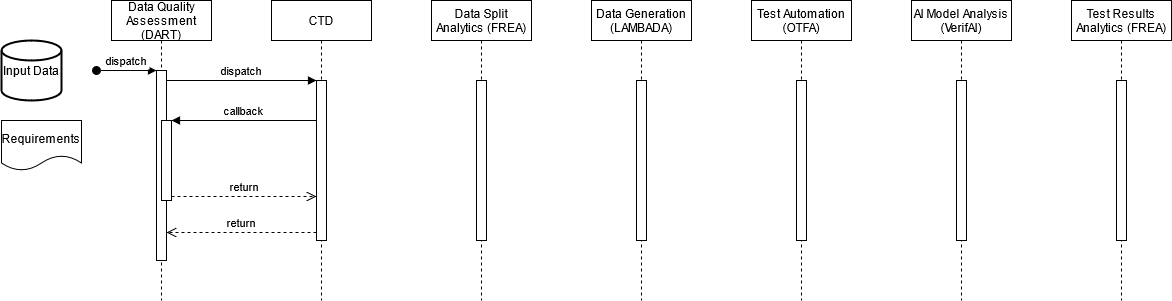
This is FACT Process Flow.png from ilanjaya/TestCOE, a draw.io export, as it was before one commit. Source tidied: cells renumbered, new cells last; positions are measured from the earlier drawing's top-left corner, leaving out a move shared by most shapes. Source of this version:
```xml
<mxGraphModel>
  <root>
    <mxCell id="0" />
    <mxCell id="1" parent="0" />
    <mxCell id="2" value="Data Quality &#10;Assessment &#10;(DART)" style="shape=umlLifeline;perimeter=lifelinePerimeter;rounded=0;shadow=0;strokeWidth=1;" parent="1" vertex="1">
      <mxGeometry x="110" width="100" height="300" as="geometry" />
    </mxCell>
    <mxCell id="3" style="points=[];perimeter=orthogonalPerimeter;rounded=0;shadow=0;strokeWidth=1;" parent="2" vertex="1">
      <mxGeometry x="45" y="70" width="10" height="190" as="geometry" />
    </mxCell>
    <mxCell id="4" value="dispatch" style="verticalAlign=bottom;startArrow=oval;endArrow=block;startSize=8;shadow=0;strokeWidth=1;" parent="2" edge="1" target="3">
      <mxGeometry relative="1" as="geometry">
        <mxPoint x="-15" y="70" as="sourcePoint" />
      </mxGeometry>
    </mxCell>
    <mxCell id="5" style="points=[];perimeter=orthogonalPerimeter;rounded=0;shadow=0;strokeWidth=1;" parent="2" vertex="1">
      <mxGeometry x="50" y="120" width="10" height="80" as="geometry" />
    </mxCell>
    <mxCell id="6" value="CTD" style="shape=umlLifeline;perimeter=lifelinePerimeter;rounded=0;shadow=0;strokeWidth=1;" parent="1" vertex="1">
      <mxGeometry x="270" width="100" height="300" as="geometry" />
    </mxCell>
    <mxCell id="7" style="points=[];perimeter=orthogonalPerimeter;rounded=0;shadow=0;strokeWidth=1;" parent="6" vertex="1">
      <mxGeometry x="45" y="80" width="10" height="160" as="geometry" />
    </mxCell>
    <mxCell id="8" value="return" style="verticalAlign=bottom;endArrow=open;dashed=1;endSize=8;exitX=0;exitY=0.95;shadow=0;strokeWidth=1;" parent="1" edge="1" source="7" target="3">
      <mxGeometry relative="1" as="geometry" />
    </mxCell>
    <mxCell id="9" value="dispatch" style="verticalAlign=bottom;endArrow=block;entryX=0;entryY=0;shadow=0;strokeWidth=1;" parent="1" edge="1" source="3" target="7">
      <mxGeometry relative="1" as="geometry" />
    </mxCell>
    <mxCell id="10" value="callback" style="verticalAlign=bottom;endArrow=block;entryX=1;entryY=0;shadow=0;strokeWidth=1;" parent="1" edge="1" source="7" target="5">
      <mxGeometry relative="1" as="geometry" />
    </mxCell>
    <mxCell id="11" value="return" style="verticalAlign=bottom;endArrow=open;dashed=1;endSize=8;exitX=1;exitY=0.95;shadow=0;strokeWidth=1;" parent="1" edge="1" source="5" target="7">
      <mxGeometry relative="1" as="geometry" />
    </mxCell>
    <mxCell id="12" value="Data Split &#10;Analytics (FREA)" style="shape=umlLifeline;perimeter=lifelinePerimeter;rounded=0;shadow=0;strokeWidth=1;" parent="1" vertex="1">
      <mxGeometry x="430" width="100" height="300" as="geometry" />
    </mxCell>
    <mxCell id="13" style="perimeter=orthogonalPerimeter;rounded=0;shadow=0;strokeWidth=1;" parent="12" vertex="1">
      <mxGeometry x="45" y="80" width="10" height="160" as="geometry" />
    </mxCell>
    <mxCell id="14" value="Data Generation&#10;(LAMBADA)" style="shape=umlLifeline;perimeter=lifelinePerimeter;rounded=0;shadow=0;strokeWidth=1;" parent="1" vertex="1">
      <mxGeometry x="590" width="100" height="300" as="geometry" />
    </mxCell>
    <mxCell id="15" style="perimeter=orthogonalPerimeter;rounded=0;shadow=0;strokeWidth=1;" parent="14" vertex="1">
      <mxGeometry x="45" y="80" width="10" height="160" as="geometry" />
    </mxCell>
    <mxCell id="16" value="Test Automation &#10;(OTFA)" style="shape=umlLifeline;perimeter=lifelinePerimeter;rounded=0;shadow=0;strokeWidth=1;" parent="1" vertex="1">
      <mxGeometry x="750" width="100" height="300" as="geometry" />
    </mxCell>
    <mxCell id="17" style="perimeter=orthogonalPerimeter;rounded=0;shadow=0;strokeWidth=1;" parent="16" vertex="1">
      <mxGeometry x="45" y="80" width="10" height="160" as="geometry" />
    </mxCell>
    <mxCell id="18" value="AI Model Analysis &#10;(VerifAI)" style="shape=umlLifeline;perimeter=lifelinePerimeter;rounded=0;shadow=0;strokeWidth=1;" parent="1" vertex="1">
      <mxGeometry x="910" width="100" height="300" as="geometry" />
    </mxCell>
    <mxCell id="19" style="perimeter=orthogonalPerimeter;rounded=0;shadow=0;strokeWidth=1;" parent="18" vertex="1">
      <mxGeometry x="45" y="80" width="10" height="160" as="geometry" />
    </mxCell>
    <mxCell id="20" value="Test Results &#10;Analytics (FREA)" style="shape=umlLifeline;perimeter=lifelinePerimeter;rounded=0;shadow=0;strokeWidth=1;" parent="1" vertex="1">
      <mxGeometry x="1070" width="100" height="300" as="geometry" />
    </mxCell>
    <mxCell id="21" style="perimeter=orthogonalPerimeter;rounded=0;shadow=0;strokeWidth=1;" parent="20" vertex="1">
      <mxGeometry x="45" y="80" width="10" height="160" as="geometry" />
    </mxCell>
    <mxCell id="22" value="Requirements" style="shape=document;whiteSpace=wrap;html=1;boundedLbl=1;" parent="1" vertex="1">
      <mxGeometry y="120" width="80" height="50" as="geometry" />
    </mxCell>
    <mxCell id="23" value="Input Data" style="strokeWidth=2;html=1;shape=mxgraph.flowchart.database;whiteSpace=wrap;" parent="1" vertex="1">
      <mxGeometry y="40" width="60" height="60" as="geometry" />
    </mxCell>
  </root>
</mxGraphModel>
```
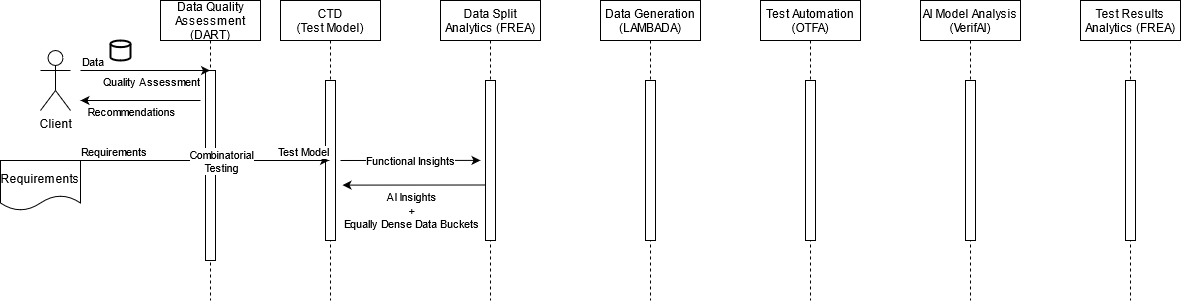
After the change.

The edit, as a diff of the source:
```diff
@@ -3,37 +3,17 @@
     <mxCell id="0" />
     <mxCell id="1" parent="0" />
     <mxCell id="2" value="Data Quality &#10;Assessment &#10;(DART)" style="shape=umlLifeline;perimeter=lifelinePerimeter;rounded=0;shadow=0;strokeWidth=1;" parent="1" vertex="1">
-      <mxGeometry x="110" width="100" height="300" as="geometry" />
+      <mxGeometry x="150" width="100" height="300" as="geometry" />
     </mxCell>
     <mxCell id="3" style="points=[];perimeter=orthogonalPerimeter;rounded=0;shadow=0;strokeWidth=1;" parent="2" vertex="1">
       <mxGeometry x="45" y="70" width="10" height="190" as="geometry" />
     </mxCell>
-    <mxCell id="4" value="dispatch" style="verticalAlign=bottom;startArrow=oval;endArrow=block;startSize=8;shadow=0;strokeWidth=1;" parent="2" edge="1" target="3">
-      <mxGeometry relative="1" as="geometry">
-        <mxPoint x="-15" y="70" as="sourcePoint" />
-      </mxGeometry>
-    </mxCell>
-    <mxCell id="5" style="points=[];perimeter=orthogonalPerimeter;rounded=0;shadow=0;strokeWidth=1;" parent="2" vertex="1">
-      <mxGeometry x="50" y="120" width="10" height="80" as="geometry" />
-    </mxCell>
-    <mxCell id="6" value="CTD" style="shape=umlLifeline;perimeter=lifelinePerimeter;rounded=0;shadow=0;strokeWidth=1;" parent="1" vertex="1">
+    <mxCell id="6" value="CTD&#10;(Test Model)" style="shape=umlLifeline;perimeter=lifelinePerimeter;rounded=0;shadow=0;strokeWidth=1;" parent="1" vertex="1">
       <mxGeometry x="270" width="100" height="300" as="geometry" />
     </mxCell>
     <mxCell id="7" style="points=[];perimeter=orthogonalPerimeter;rounded=0;shadow=0;strokeWidth=1;" parent="6" vertex="1">
       <mxGeometry x="45" y="80" width="10" height="160" as="geometry" />
     </mxCell>
-    <mxCell id="8" value="return" style="verticalAlign=bottom;endArrow=open;dashed=1;endSize=8;exitX=0;exitY=0.95;shadow=0;strokeWidth=1;" parent="1" edge="1" source="7" target="3">
-      <mxGeometry relative="1" as="geometry" />
-    </mxCell>
-    <mxCell id="9" value="dispatch" style="verticalAlign=bottom;endArrow=block;entryX=0;entryY=0;shadow=0;strokeWidth=1;" parent="1" edge="1" source="3" target="7">
-      <mxGeometry relative="1" as="geometry" />
-    </mxCell>
-    <mxCell id="10" value="callback" style="verticalAlign=bottom;endArrow=block;entryX=1;entryY=0;shadow=0;strokeWidth=1;" parent="1" edge="1" source="7" target="5">
-      <mxGeometry relative="1" as="geometry" />
-    </mxCell>
-    <mxCell id="11" value="return" style="verticalAlign=bottom;endArrow=open;dashed=1;endSize=8;exitX=1;exitY=0.95;shadow=0;strokeWidth=1;" parent="1" edge="1" source="5" target="7">
-      <mxGeometry relative="1" as="geometry" />
-    </mxCell>
     <mxCell id="12" value="Data Split &#10;Analytics (FREA)" style="shape=umlLifeline;perimeter=lifelinePerimeter;rounded=0;shadow=0;strokeWidth=1;" parent="1" vertex="1">
       <mxGeometry x="430" width="100" height="300" as="geometry" />
     </mxCell>
@@ -65,10 +45,76 @@
       <mxGeometry x="45" y="80" width="10" height="160" as="geometry" />
     </mxCell>
     <mxCell id="22" value="Requirements" style="shape=document;whiteSpace=wrap;html=1;boundedLbl=1;" parent="1" vertex="1">
-      <mxGeometry y="120" width="80" height="50" as="geometry" />
+      <mxGeometry x="-10" y="160" width="80" height="50" as="geometry" />
     </mxCell>
-    <mxCell id="23" value="Input Data" style="strokeWidth=2;html=1;shape=mxgraph.flowchart.database;whiteSpace=wrap;" parent="1" vertex="1">
-      <mxGeometry y="40" width="60" height="60" as="geometry" />
+    <mxCell id="23" style="strokeWidth=2;html=1;shape=mxgraph.flowchart.database;whiteSpace=wrap;" parent="1" vertex="1">
+      <mxGeometry x="100" y="40" width="20" height="20" as="geometry" />
     </mxCell>
+    <mxCell id="24" style="endArrow=classic;html=1;" parent="1" edge="1">
+      <mxGeometry relative="1" as="geometry">
+        <mxPoint x="69" y="160" as="sourcePoint" />
+        <mxPoint x="318.5" y="160" as="targetPoint" />
+      </mxGeometry>
+    </mxCell>
+    <mxCell id="25" value="&lt;div&gt;Combinatorial &lt;br&gt;&lt;/div&gt;&lt;div&gt;Testing&lt;/div&gt;" style="edgeLabel;html=1;align=center;verticalAlign=middle;" parent="24" vertex="1">
+      <mxGeometry relative="1" as="geometry">
+        <mxPoint x="16" as="offset" />
+      </mxGeometry>
+    </mxCell>
+    <mxCell id="26" value="Requirements" style="edgeLabel;html=1;align=left;verticalAlign=bottom;" parent="24" vertex="1">
+      <mxGeometry x="-1" relative="1" as="geometry" />
+    </mxCell>
+    <mxCell id="27" value="Test Model" style="edgeLabel;html=1;align=right;verticalAlign=bottom;" parent="24" vertex="1">
+      <mxGeometry x="1" relative="1" as="geometry" />
+    </mxCell>
+    <mxCell id="28" style="endArrow=classic;html=1;entryX=0.4;entryY=0.533;entryDx=0;entryDy=0;entryPerimeter=0;" parent="1" edge="1" target="12">
+      <mxGeometry relative="1" as="geometry">
+        <mxPoint x="330" y="160" as="sourcePoint" />
+      </mxGeometry>
+    </mxCell>
+    <mxCell id="29" value="Functional Insights" style="edgeLabel;html=1;align=center;verticalAlign=middle;" parent="28" vertex="1">
+      <mxGeometry relative="1" as="geometry" />
+    </mxCell>
+    <mxCell id="30" style="endArrow=classic;html=1;exitX=0.43;exitY=0.583;exitDx=0;exitDy=0;exitPerimeter=0;" parent="1" edge="1">
+      <mxGeometry relative="1" as="geometry">
+        <mxPoint x="475" y="184.5" as="sourcePoint" />
+        <mxPoint x="332" y="184.6" as="targetPoint" />
+      </mxGeometry>
+    </mxCell>
+    <mxCell id="31" value="&lt;div&gt;AI Insights &lt;br&gt;&lt;/div&gt;&lt;div&gt;+&lt;/div&gt;&lt;div&gt;Equally Dense Data Buckets&lt;br&gt;&lt;/div&gt;" style="edgeLabel;html=1;align=center;verticalAlign=middle;" parent="30" vertex="1">
+      <mxGeometry relative="1" as="geometry">
+        <mxPoint x="-3" y="25" as="offset" />
+      </mxGeometry>
+    </mxCell>
+    <mxCell id="32" style="endArrow=classic;html=1;" parent="1" edge="1">
+      <mxGeometry relative="1" as="geometry">
+        <mxPoint x="190" y="100" as="sourcePoint" />
+        <mxPoint x="70" y="100" as="targetPoint" />
+      </mxGeometry>
+    </mxCell>
+    <mxCell id="33" value="Recommendations" style="edgeLabel;html=1;align=center;verticalAlign=middle;" parent="32" vertex="1">
+      <mxGeometry relative="1" as="geometry">
+        <mxPoint x="-10" y="10" as="offset" />
+      </mxGeometry>
+    </mxCell>
+    <mxCell id="34" value="Client" style="shape=umlActor;verticalLabelPosition=bottom;verticalAlign=top;html=1;" parent="1" vertex="1">
+      <mxGeometry x="30" y="50" width="30" height="60" as="geometry" />
+    </mxCell>
+    <mxCell id="35" style="endArrow=classic;html=1;" parent="1" edge="1" target="2">
+      <mxGeometry relative="1" as="geometry">
+        <mxPoint x="70" y="70" as="sourcePoint" />
+        <Array as="points">
+          <mxPoint x="120" y="70" />
+        </Array>
+      </mxGeometry>
+    </mxCell>
+    <mxCell id="36" value="Quality Assessment" style="edgeLabel;html=1;align=center;verticalAlign=middle;" parent="35" vertex="1">
+      <mxGeometry relative="1" as="geometry">
+        <mxPoint x="5" y="10" as="offset" />
+      </mxGeometry>
+    </mxCell>
+    <mxCell id="37" value="Data" style="edgeLabel;html=1;align=left;verticalAlign=bottom;" parent="35" vertex="1">
+      <mxGeometry x="-1" relative="1" as="geometry" />
+    </mxCell>
   </root>
 </mxGraphModel>
```
